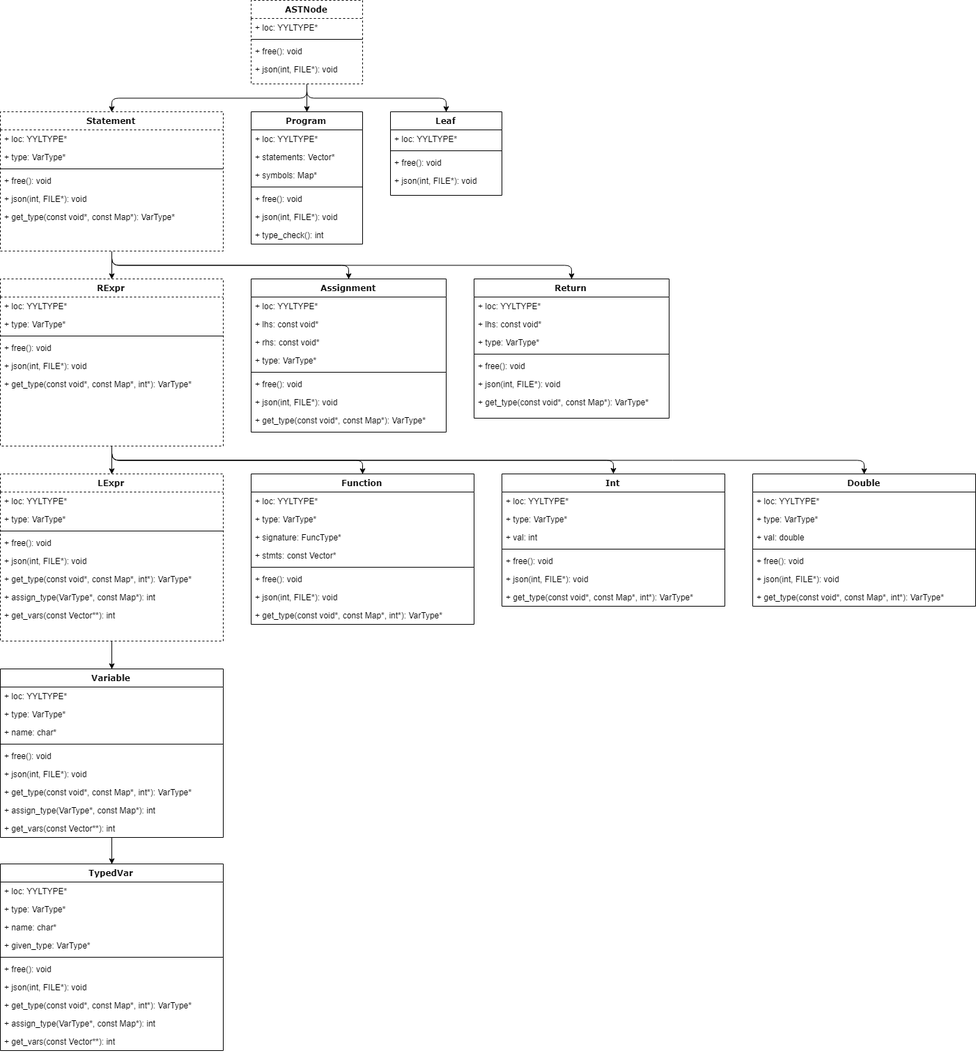
Above: doc/ASTHierarchy.png in taylor-santos/Tlang (draw.io), before the change. Source tidied: cells renumbered, new cells last; positions are measured from the earlier drawing's top-left corner, leaving out a move shared by most shapes.
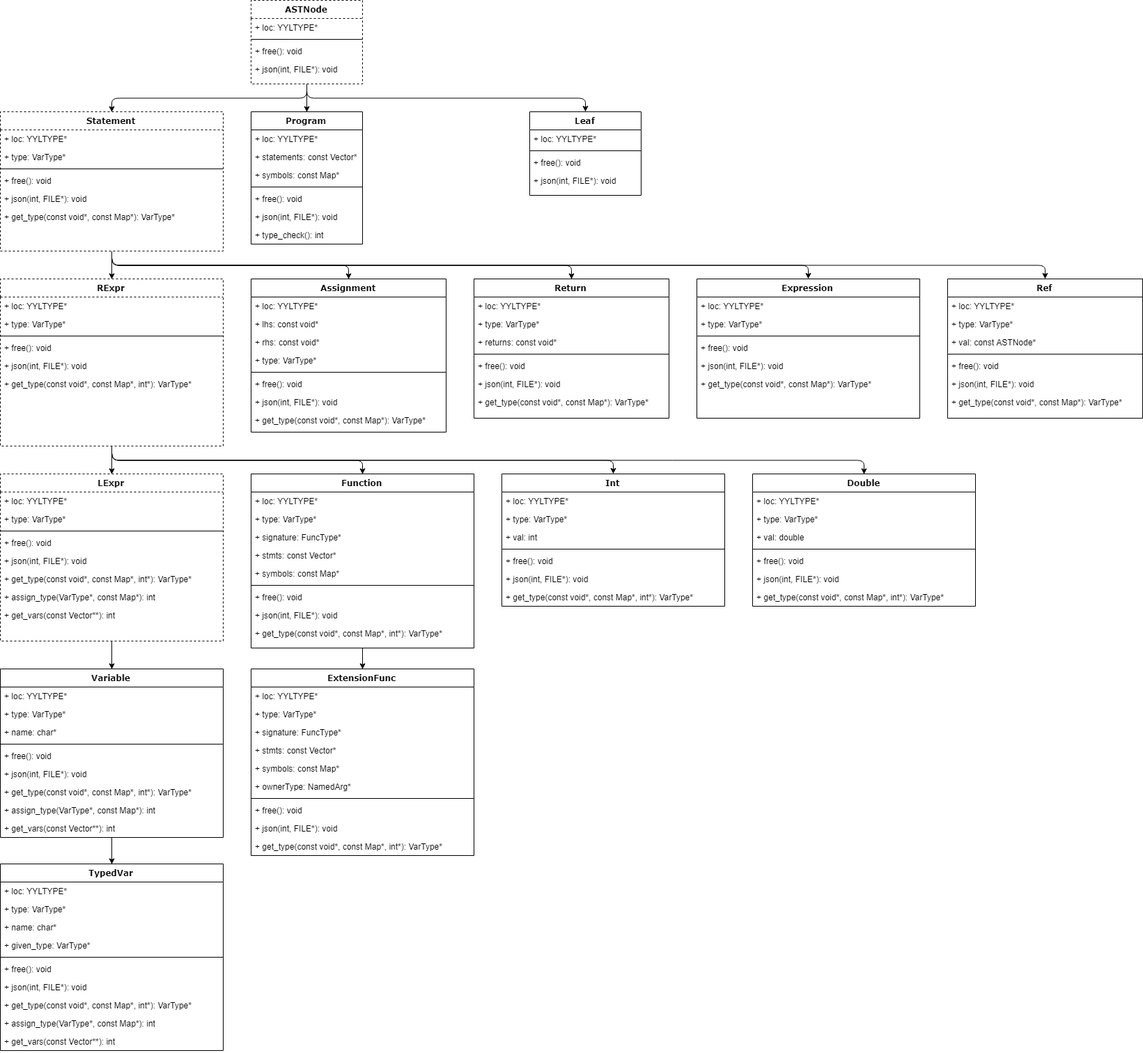
Above is the later version.

Diff of the diagram source:
```diff
@@ -5,12 +5,12 @@
     <mxCell id="2" style="edgeStyle=orthogonalEdgeStyle;rounded=1;jettySize=auto;html=1;exitX=0.5;exitY=1;exitDx=0;exitDy=0;entryX=0.5;entryY=0;entryDx=0;entryDy=0;" parent="1" edge="1" source="5" target="13">
       <mxGeometry relative="1" as="geometry" />
     </mxCell>
-    <mxCell id="3" style="edgeStyle=orthogonalEdgeStyle;rounded=1;jettySize=auto;html=1;exitX=0.5;exitY=1;exitDx=0;exitDy=0;entryX=0.5;entryY=0;entryDx=0;entryDy=0;" parent="1" edge="1" source="5" target="29">
-      <mxGeometry relative="1" as="geometry" />
-    </mxCell>
     <mxCell id="4" style="edgeStyle=orthogonalEdgeStyle;rounded=1;jettySize=auto;html=1;exitX=0.5;exitY=1;exitDx=0;exitDy=0;entryX=0.5;entryY=0;entryDx=0;entryDy=0;" parent="1" edge="1" source="5" target="34">
       <mxGeometry relative="1" as="geometry" />
     </mxCell>
+    <mxCell id="118" style="edgeStyle=orthogonalEdgeStyle;rounded=1;jettySize=auto;html=1;exitX=0.5;exitY=1;exitDx=0;exitDy=0;" parent="1" edge="1" source="5" target="134">
+      <mxGeometry relative="1" as="geometry" />
+    </mxCell>
     <mxCell id="5" value="ASTNode" style="swimlane;html=1;fontStyle=1;align=center;verticalAlign=top;horizontal=1;startSize=26;swimlaneFillColor=#ffffff;rounded=0;shadow=0;comic=0;labelBackgroundColor=none;strokeColor=#000000;strokeWidth=1;fillColor=none;fontFamily=Verdana;fontSize=12;fontColor=#000000;dashed=1;" parent="1" vertex="1">
       <mxGeometry x="360" width="160" height="120" as="geometry" />
     </mxCell>
@@ -35,6 +35,12 @@
     <mxCell id="12" style="edgeStyle=orthogonalEdgeStyle;rounded=1;jettySize=auto;html=1;exitX=0.5;exitY=1;exitDx=0;exitDy=0;entryX=0.5;entryY=0;entryDx=0;entryDy=0;" parent="1" edge="1" source="13" target="101">
       <mxGeometry relative="1" as="geometry" />
     </mxCell>
+    <mxCell id="119" style="edgeStyle=orthogonalEdgeStyle;rounded=1;jettySize=auto;html=1;exitX=0.5;exitY=1;exitDx=0;exitDy=0;" parent="1" edge="1" source="13" target="127">
+      <mxGeometry relative="1" as="geometry" />
+    </mxCell>
+    <mxCell id="120" style="edgeStyle=orthogonalEdgeStyle;rounded=1;jettySize=auto;html=1;exitX=0.5;exitY=1;exitDx=0;exitDy=0;" parent="1" edge="1" source="13" target="29">
+      <mxGeometry relative="1" as="geometry" />
+    </mxCell>
     <mxCell id="13" value="Statement" style="swimlane;html=1;fontStyle=1;align=center;verticalAlign=top;horizontal=1;startSize=26;swimlaneFillColor=#ffffff;rounded=0;shadow=0;comic=0;labelBackgroundColor=none;strokeColor=#000000;strokeWidth=1;fillColor=none;fontFamily=Verdana;fontSize=12;fontColor=#000000;dashed=1;" parent="1" vertex="1">
       <mxGeometry y="160" width="320" height="200" as="geometry" />
     </mxCell>
@@ -83,31 +89,40 @@
     <mxCell id="28" value="+ get_type(const void*, const Map*): VarType*&lt;br&gt;" style="text;html=1;strokeColor=none;fillColor=none;align=left;verticalAlign=top;spacingLeft=4;spacingRight=4;whiteSpace=wrap;overflow=hidden;" parent="20" vertex="1">
       <mxGeometry y="190" width="280" height="26" as="geometry" />
     </mxCell>
-    <mxCell id="29" value="Leaf" style="swimlane;html=1;fontStyle=1;align=center;verticalAlign=top;horizontal=1;startSize=26;swimlaneFillColor=#ffffff;rounded=0;shadow=0;comic=0;labelBackgroundColor=none;strokeColor=#000000;strokeWidth=1;fillColor=none;fontFamily=Verdana;fontSize=12;fontColor=#000000;" parent="1" vertex="1">
-      <mxGeometry x="560" y="160" width="160" height="120" as="geometry" />
+    <mxCell id="29" value="Ref" style="swimlane;html=1;fontStyle=1;align=center;verticalAlign=top;horizontal=1;startSize=26;swimlaneFillColor=#ffffff;rounded=0;shadow=0;comic=0;labelBackgroundColor=none;strokeColor=#000000;strokeWidth=1;fillColor=none;fontFamily=Verdana;fontSize=12;fontColor=#000000;" parent="1" vertex="1">
+      <mxGeometry x="1360" y="400" width="280" height="200" as="geometry" />
     </mxCell>
     <mxCell id="30" value="+ loc: YYLTYPE*" style="text;html=1;strokeColor=none;fillColor=none;align=left;verticalAlign=top;spacingLeft=4;spacingRight=4;whiteSpace=wrap;overflow=hidden;" parent="29" vertex="1">
-      <mxGeometry y="26" width="160" height="26" as="geometry" />
+      <mxGeometry y="26" width="280" height="26" as="geometry" />
     </mxCell>
+    <mxCell id="121" value="+ type: VarType*&lt;br&gt;" style="text;html=1;strokeColor=none;fillColor=none;align=left;verticalAlign=top;spacingLeft=4;spacingRight=4;whiteSpace=wrap;overflow=hidden;" parent="29" vertex="1">
+      <mxGeometry y="52" width="280" height="26" as="geometry" />
+    </mxCell>
+    <mxCell id="122" value="+ val: const ASTNode*&lt;br&gt;" style="text;html=1;strokeColor=none;fillColor=none;align=left;verticalAlign=top;spacingLeft=4;spacingRight=4;whiteSpace=wrap;overflow=hidden;" parent="29" vertex="1">
+      <mxGeometry y="78" width="280" height="26" as="geometry" />
+    </mxCell>
     <mxCell id="31" style="line;html=1;strokeWidth=1;fillColor=none;align=left;verticalAlign=middle;spacingTop=-1;spacingLeft=3;spacingRight=3;labelPosition=right;" parent="29" vertex="1">
-      <mxGeometry y="52" width="160" height="8" as="geometry" />
+      <mxGeometry y="104" width="280" height="8" as="geometry" />
     </mxCell>
     <mxCell id="32" value="+ free(): void" style="text;html=1;strokeColor=none;fillColor=none;align=left;verticalAlign=top;spacingLeft=4;spacingRight=4;whiteSpace=wrap;overflow=hidden;" parent="29" vertex="1">
-      <mxGeometry y="60" width="160" height="26" as="geometry" />
+      <mxGeometry y="112" width="280" height="26" as="geometry" />
     </mxCell>
     <mxCell id="33" value="+ json(int, FILE*): void&lt;br&gt;&lt;br&gt;" style="text;html=1;strokeColor=none;fillColor=none;align=left;verticalAlign=top;spacingLeft=4;spacingRight=4;whiteSpace=wrap;overflow=hidden;" parent="29" vertex="1">
-      <mxGeometry y="86" width="160" height="26" as="geometry" />
+      <mxGeometry y="138" width="280" height="26" as="geometry" />
     </mxCell>
+    <mxCell id="123" value="+ get_type(const void*, const Map*): VarType*&lt;br&gt;" style="text;html=1;strokeColor=none;fillColor=none;align=left;verticalAlign=top;spacingLeft=4;spacingRight=4;whiteSpace=wrap;overflow=hidden;" parent="29" vertex="1">
+      <mxGeometry y="164" width="280" height="26" as="geometry" />
+    </mxCell>
     <mxCell id="34" value="Program" style="swimlane;html=1;fontStyle=1;align=center;verticalAlign=top;horizontal=1;startSize=26;swimlaneFillColor=#ffffff;rounded=0;shadow=0;comic=0;labelBackgroundColor=none;strokeColor=#000000;strokeWidth=1;fillColor=none;fontFamily=Verdana;fontSize=12;fontColor=#000000;" parent="1" vertex="1">
       <mxGeometry x="360" y="160" width="160" height="190" as="geometry" />
     </mxCell>
     <mxCell id="35" value="+ loc: YYLTYPE*" style="text;html=1;strokeColor=none;fillColor=none;align=left;verticalAlign=top;spacingLeft=4;spacingRight=4;whiteSpace=wrap;overflow=hidden;" parent="34" vertex="1">
       <mxGeometry y="26" width="160" height="26" as="geometry" />
     </mxCell>
-    <mxCell id="36" value="+ statements: Vector*&lt;br&gt;" style="text;html=1;strokeColor=none;fillColor=none;align=left;verticalAlign=top;spacingLeft=4;spacingRight=4;whiteSpace=wrap;overflow=hidden;" parent="34" vertex="1">
+    <mxCell id="36" value="+ statements: const Vector*&lt;br&gt;" style="text;html=1;strokeColor=none;fillColor=none;align=left;verticalAlign=top;spacingLeft=4;spacingRight=4;whiteSpace=wrap;overflow=hidden;" parent="34" vertex="1">
       <mxGeometry y="52" width="160" height="26" as="geometry" />
     </mxCell>
-    <mxCell id="37" value="+ symbols: Map*&lt;br&gt;" style="text;html=1;strokeColor=none;fillColor=none;align=left;verticalAlign=top;spacingLeft=4;spacingRight=4;whiteSpace=wrap;overflow=hidden;" parent="34" vertex="1">
+    <mxCell id="37" value="+ symbols: const Map*&lt;br&gt;" style="text;html=1;strokeColor=none;fillColor=none;align=left;verticalAlign=top;spacingLeft=4;spacingRight=4;whiteSpace=wrap;overflow=hidden;" parent="34" vertex="1">
       <mxGeometry y="78" width="160" height="26" as="geometry" />
     </mxCell>
     <mxCell id="38" style="line;html=1;strokeWidth=1;fillColor=none;align=left;verticalAlign=middle;spacingTop=-1;spacingLeft=3;spacingRight=3;labelPosition=right;" parent="34" vertex="1">
@@ -305,12 +320,12 @@
     <mxCell id="102" value="+ loc: YYLTYPE*" style="text;html=1;strokeColor=none;fillColor=none;align=left;verticalAlign=top;spacingLeft=4;spacingRight=4;whiteSpace=wrap;overflow=hidden;" parent="101" vertex="1">
       <mxGeometry y="26" width="280" height="26" as="geometry" />
     </mxCell>
-    <mxCell id="103" value="+ lhs: const void*&lt;br&gt;" style="text;html=1;strokeColor=none;fillColor=none;align=left;verticalAlign=top;spacingLeft=4;spacingRight=4;whiteSpace=wrap;overflow=hidden;" parent="101" vertex="1">
-      <mxGeometry y="52" width="280" height="26" as="geometry" />
-    </mxCell>
     <mxCell id="104" value="+ type: VarType*&lt;br&gt;" style="text;html=1;strokeColor=none;fillColor=none;align=left;verticalAlign=top;spacingLeft=4;spacingRight=4;whiteSpace=wrap;overflow=hidden;" parent="101" vertex="1">
-      <mxGeometry y="78" width="280" height="26" as="geometry" />
+      <mxGeometry y="52" width="280" height="26" as="geometry" />
     </mxCell>
+    <mxCell id="124" value="+ returns: const void*&lt;br&gt;" style="text;html=1;strokeColor=none;fillColor=none;align=left;verticalAlign=top;spacingLeft=4;spacingRight=4;whiteSpace=wrap;overflow=hidden;" parent="101" vertex="1">
+      <mxGeometry y="78" width="280" height="26" as="geometry" />
+    </mxCell>
     <mxCell id="105" style="line;html=1;strokeWidth=1;fillColor=none;align=left;verticalAlign=middle;spacingTop=-1;spacingLeft=3;spacingRight=3;labelPosition=right;" parent="101" vertex="1">
       <mxGeometry y="104" width="280" height="8" as="geometry" />
     </mxCell>
@@ -323,8 +338,11 @@
     <mxCell id="108" value="+ get_type(const void*, const Map*): VarType*&lt;br&gt;" style="text;html=1;strokeColor=none;fillColor=none;align=left;verticalAlign=top;spacingLeft=4;spacingRight=4;whiteSpace=wrap;overflow=hidden;" parent="101" vertex="1">
       <mxGeometry y="164" width="280" height="26" as="geometry" />
     </mxCell>
+    <mxCell id="125" style="edgeStyle=orthogonalEdgeStyle;rounded=1;jettySize=auto;html=1;exitX=0.5;exitY=1;exitDx=0;exitDy=0;entryX=0.5;entryY=0;entryDx=0;entryDy=0;" parent="1" edge="1" source="109" target="139">
+      <mxGeometry relative="1" as="geometry" />
+    </mxCell>
     <mxCell id="109" value="Function&lt;br&gt;" style="swimlane;html=1;fontStyle=1;align=center;verticalAlign=top;horizontal=1;startSize=26;swimlaneFillColor=#ffffff;rounded=0;shadow=0;comic=0;labelBackgroundColor=none;strokeColor=#000000;strokeWidth=1;fillColor=none;fontFamily=Verdana;fontSize=12;fontColor=#000000;" parent="1" vertex="1">
-      <mxGeometry x="360" y="680" width="320" height="216" as="geometry" />
+      <mxGeometry x="360" y="680" width="320" height="250" as="geometry" />
     </mxCell>
     <mxCell id="110" value="+ loc: YYLTYPE*" style="text;html=1;strokeColor=none;fillColor=none;align=left;verticalAlign=top;spacingLeft=4;spacingRight=4;whiteSpace=wrap;overflow=hidden;" parent="109" vertex="1">
       <mxGeometry y="26" width="320" height="26" as="geometry" />
@@ -338,17 +356,89 @@
     <mxCell id="113" value="+ stmts: const Vector*&lt;br&gt;" style="text;html=1;strokeColor=none;fillColor=none;align=left;verticalAlign=top;spacingLeft=4;spacingRight=4;whiteSpace=wrap;overflow=hidden;" parent="109" vertex="1">
       <mxGeometry y="104" width="320" height="26" as="geometry" />
     </mxCell>
+    <mxCell id="126" value="+ symbols: const Map*&lt;br&gt;" style="text;html=1;strokeColor=none;fillColor=none;align=left;verticalAlign=top;spacingLeft=4;spacingRight=4;whiteSpace=wrap;overflow=hidden;" parent="109" vertex="1">
+      <mxGeometry y="130" width="320" height="26" as="geometry" />
+    </mxCell>
     <mxCell id="114" style="line;html=1;strokeWidth=1;fillColor=none;align=left;verticalAlign=middle;spacingTop=-1;spacingLeft=3;spacingRight=3;labelPosition=right;" parent="109" vertex="1">
-      <mxGeometry y="130" width="320" height="8" as="geometry" />
+      <mxGeometry y="156" width="320" height="8" as="geometry" />
     </mxCell>
     <mxCell id="115" value="+ free(): void" style="text;html=1;strokeColor=none;fillColor=none;align=left;verticalAlign=top;spacingLeft=4;spacingRight=4;whiteSpace=wrap;overflow=hidden;" parent="109" vertex="1">
-      <mxGeometry y="138" width="320" height="26" as="geometry" />
+      <mxGeometry y="164" width="320" height="26" as="geometry" />
     </mxCell>
     <mxCell id="116" value="+ json(int, FILE*): void&lt;br&gt;&lt;br&gt;" style="text;html=1;strokeColor=none;fillColor=none;align=left;verticalAlign=top;spacingLeft=4;spacingRight=4;whiteSpace=wrap;overflow=hidden;" parent="109" vertex="1">
-      <mxGeometry y="164" width="320" height="26" as="geometry" />
+      <mxGeometry y="190" width="320" height="26" as="geometry" />
     </mxCell>
     <mxCell id="117" value="+ get_type(const void*, const Map*, int*): VarType*&lt;br&gt;" style="text;html=1;strokeColor=none;fillColor=none;align=left;verticalAlign=top;spacingLeft=4;spacingRight=4;whiteSpace=wrap;overflow=hidden;" parent="109" vertex="1">
-      <mxGeometry y="190" width="320" height="26" as="geometry" />
+      <mxGeometry y="216" width="320" height="26" as="geometry" />
     </mxCell>
+    <mxCell id="127" value="Expression" style="swimlane;html=1;fontStyle=1;align=center;verticalAlign=top;horizontal=1;startSize=26;swimlaneFillColor=#ffffff;rounded=0;shadow=0;comic=0;labelBackgroundColor=none;strokeColor=#000000;strokeWidth=1;fillColor=none;fontFamily=Verdana;fontSize=12;fontColor=#000000;" parent="1" vertex="1">
+      <mxGeometry x="1000" y="400" width="320" height="200" as="geometry" />
+    </mxCell>
+    <mxCell id="128" value="+ loc: YYLTYPE*" style="text;html=1;strokeColor=none;fillColor=none;align=left;verticalAlign=top;spacingLeft=4;spacingRight=4;whiteSpace=wrap;overflow=hidden;" parent="127" vertex="1">
+      <mxGeometry y="26" width="320" height="26" as="geometry" />
+    </mxCell>
+    <mxCell id="129" value="+ type: VarType*&lt;br&gt;" style="text;html=1;strokeColor=none;fillColor=none;align=left;verticalAlign=top;spacingLeft=4;spacingRight=4;whiteSpace=wrap;overflow=hidden;" parent="127" vertex="1">
+      <mxGeometry y="52" width="320" height="26" as="geometry" />
+    </mxCell>
+    <mxCell id="130" style="line;html=1;strokeWidth=1;fillColor=none;align=left;verticalAlign=middle;spacingTop=-1;spacingLeft=3;spacingRight=3;labelPosition=right;" parent="127" vertex="1">
+      <mxGeometry y="78" width="320" height="8" as="geometry" />
+    </mxCell>
+    <mxCell id="131" value="+ free(): void" style="text;html=1;strokeColor=none;fillColor=none;align=left;verticalAlign=top;spacingLeft=4;spacingRight=4;whiteSpace=wrap;overflow=hidden;" parent="127" vertex="1">
+      <mxGeometry y="86" width="320" height="26" as="geometry" />
+    </mxCell>
+    <mxCell id="132" value="+ json(int, FILE*): void&lt;br&gt;&lt;br&gt;" style="text;html=1;strokeColor=none;fillColor=none;align=left;verticalAlign=top;spacingLeft=4;spacingRight=4;whiteSpace=wrap;overflow=hidden;" parent="127" vertex="1">
+      <mxGeometry y="112" width="320" height="26" as="geometry" />
+    </mxCell>
+    <mxCell id="133" value="+ get_type(const void*, const Map*): VarType*&lt;br&gt;" style="text;html=1;strokeColor=none;fillColor=none;align=left;verticalAlign=top;spacingLeft=4;spacingRight=4;whiteSpace=wrap;overflow=hidden;" parent="127" vertex="1">
+      <mxGeometry y="138" width="320" height="26" as="geometry" />
+    </mxCell>
+    <mxCell id="134" value="Leaf" style="swimlane;html=1;fontStyle=1;align=center;verticalAlign=top;horizontal=1;startSize=26;swimlaneFillColor=#ffffff;rounded=0;shadow=0;comic=0;labelBackgroundColor=none;strokeColor=#000000;strokeWidth=1;fillColor=none;fontFamily=Verdana;fontSize=12;fontColor=#000000;" parent="1" vertex="1">
+      <mxGeometry x="760" y="160" width="160" height="120" as="geometry" />
+    </mxCell>
+    <mxCell id="135" value="+ loc: YYLTYPE*" style="text;html=1;strokeColor=none;fillColor=none;align=left;verticalAlign=top;spacingLeft=4;spacingRight=4;whiteSpace=wrap;overflow=hidden;" parent="134" vertex="1">
+      <mxGeometry y="26" width="160" height="26" as="geometry" />
+    </mxCell>
+    <mxCell id="136" style="line;html=1;strokeWidth=1;fillColor=none;align=left;verticalAlign=middle;spacingTop=-1;spacingLeft=3;spacingRight=3;labelPosition=right;" parent="134" vertex="1">
+      <mxGeometry y="52" width="160" height="8" as="geometry" />
+    </mxCell>
+    <mxCell id="137" value="+ free(): void" style="text;html=1;strokeColor=none;fillColor=none;align=left;verticalAlign=top;spacingLeft=4;spacingRight=4;whiteSpace=wrap;overflow=hidden;" parent="134" vertex="1">
+      <mxGeometry y="60" width="160" height="26" as="geometry" />
+    </mxCell>
+    <mxCell id="138" value="+ json(int, FILE*): void&lt;br&gt;&lt;br&gt;" style="text;html=1;strokeColor=none;fillColor=none;align=left;verticalAlign=top;spacingLeft=4;spacingRight=4;whiteSpace=wrap;overflow=hidden;" parent="134" vertex="1">
+      <mxGeometry y="86" width="160" height="26" as="geometry" />
+    </mxCell>
+    <mxCell id="139" value="ExtensionFunc&lt;br&gt;" style="swimlane;html=1;fontStyle=1;align=center;verticalAlign=top;horizontal=1;startSize=26;swimlaneFillColor=#ffffff;rounded=0;shadow=0;comic=0;labelBackgroundColor=none;strokeColor=#000000;strokeWidth=1;fillColor=none;fontFamily=Verdana;fontSize=12;fontColor=#000000;" parent="1" vertex="1">
+      <mxGeometry x="360" y="960" width="320" height="268" as="geometry" />
+    </mxCell>
+    <mxCell id="140" value="+ loc: YYLTYPE*" style="text;html=1;strokeColor=none;fillColor=none;align=left;verticalAlign=top;spacingLeft=4;spacingRight=4;whiteSpace=wrap;overflow=hidden;" parent="139" vertex="1">
+      <mxGeometry y="26" width="320" height="26" as="geometry" />
+    </mxCell>
+    <mxCell id="141" value="+ type: VarType*&lt;br&gt;" style="text;html=1;strokeColor=none;fillColor=none;align=left;verticalAlign=top;spacingLeft=4;spacingRight=4;whiteSpace=wrap;overflow=hidden;" parent="139" vertex="1">
+      <mxGeometry y="52" width="320" height="26" as="geometry" />
+    </mxCell>
+    <mxCell id="142" value="+ signature: FuncType*&lt;br&gt;" style="text;html=1;strokeColor=none;fillColor=none;align=left;verticalAlign=top;spacingLeft=4;spacingRight=4;whiteSpace=wrap;overflow=hidden;" parent="139" vertex="1">
+      <mxGeometry y="78" width="320" height="26" as="geometry" />
+    </mxCell>
+    <mxCell id="143" value="+ stmts: const Vector*&lt;br&gt;" style="text;html=1;strokeColor=none;fillColor=none;align=left;verticalAlign=top;spacingLeft=4;spacingRight=4;whiteSpace=wrap;overflow=hidden;" parent="139" vertex="1">
+      <mxGeometry y="104" width="320" height="26" as="geometry" />
+    </mxCell>
+    <mxCell id="144" value="+ symbols: const Map*&lt;br&gt;" style="text;html=1;strokeColor=none;fillColor=none;align=left;verticalAlign=top;spacingLeft=4;spacingRight=4;whiteSpace=wrap;overflow=hidden;" parent="139" vertex="1">
+      <mxGeometry y="130" width="320" height="26" as="geometry" />
+    </mxCell>
+    <mxCell id="145" value="+ ownerType: NamedArg*&lt;br&gt;" style="text;html=1;strokeColor=none;fillColor=none;align=left;verticalAlign=top;spacingLeft=4;spacingRight=4;whiteSpace=wrap;overflow=hidden;" parent="139" vertex="1">
+      <mxGeometry y="156" width="320" height="26" as="geometry" />
+    </mxCell>
+    <mxCell id="146" style="line;html=1;strokeWidth=1;fillColor=none;align=left;verticalAlign=middle;spacingTop=-1;spacingLeft=3;spacingRight=3;labelPosition=right;" parent="139" vertex="1">
+      <mxGeometry y="182" width="320" height="8" as="geometry" />
+    </mxCell>
+    <mxCell id="147" value="+ free(): void" style="text;html=1;strokeColor=none;fillColor=none;align=left;verticalAlign=top;spacingLeft=4;spacingRight=4;whiteSpace=wrap;overflow=hidden;" parent="139" vertex="1">
+      <mxGeometry y="190" width="320" height="26" as="geometry" />
+    </mxCell>
+    <mxCell id="148" value="+ json(int, FILE*): void&lt;br&gt;&lt;br&gt;" style="text;html=1;strokeColor=none;fillColor=none;align=left;verticalAlign=top;spacingLeft=4;spacingRight=4;whiteSpace=wrap;overflow=hidden;" parent="139" vertex="1">
+      <mxGeometry y="216" width="320" height="26" as="geometry" />
+    </mxCell>
+    <mxCell id="149" value="+ get_type(const void*, const Map*, int*): VarType*&lt;br&gt;" style="text;html=1;strokeColor=none;fillColor=none;align=left;verticalAlign=top;spacingLeft=4;spacingRight=4;whiteSpace=wrap;overflow=hidden;" parent="139" vertex="1">
+      <mxGeometry y="242" width="320" height="26" as="geometry" />
+    </mxCell>
   </root>
 </mxGraphModel>
```
